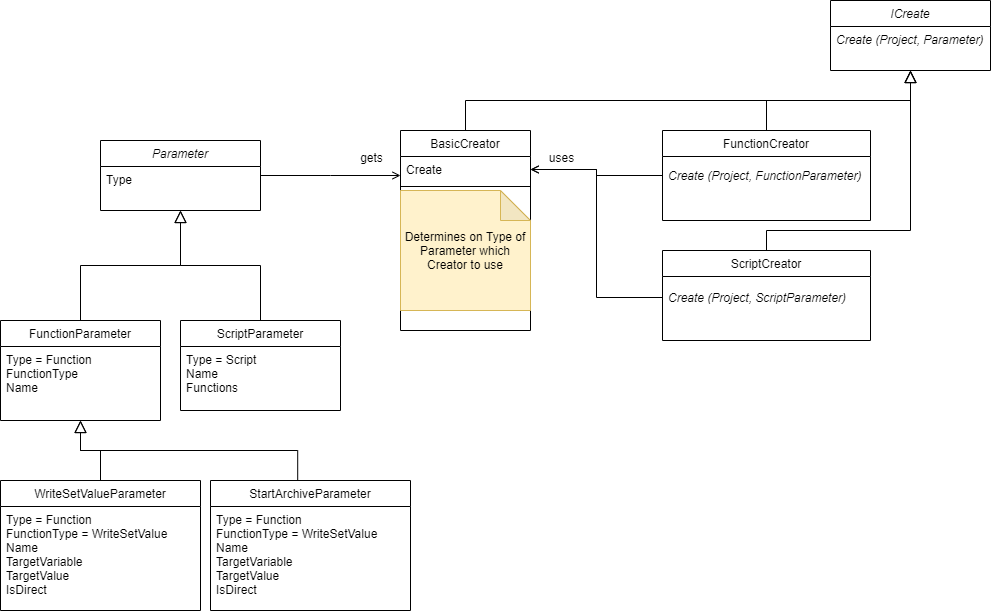
The draw.io diagram ClassDiagram.png in CFeitler/CreateZenonThings, before a commit. Source tidied: cells renumbered, new cells last; positions are measured from the earlier drawing's top-left corner, leaving out a move shared by most shapes. Source of this version:
```xml
<mxGraphModel>
  <root>
    <mxCell id="0" />
    <mxCell id="1" parent="0" />
    <mxCell id="2" value="Parameter" style="swimlane;fontStyle=2;align=center;verticalAlign=top;horizontal=1;startSize=26;rounded=0;shadow=0;strokeWidth=1;" parent="1" vertex="1">
      <mxGeometry x="100" y="140" width="160" height="70" as="geometry" />
    </mxCell>
    <mxCell id="3" value="Type" style="text;align=left;verticalAlign=top;spacingLeft=4;spacingRight=4;overflow=hidden;" parent="2" vertex="1">
      <mxGeometry y="26" width="160" height="26" as="geometry" />
    </mxCell>
    <mxCell id="4" value="ScriptParameter" style="swimlane;fontStyle=0;align=center;verticalAlign=top;horizontal=1;startSize=26;rounded=0;shadow=0;strokeWidth=1;" parent="1" vertex="1">
      <mxGeometry x="180" y="320" width="160" height="90" as="geometry" />
    </mxCell>
    <mxCell id="5" value="Type = Script&#10;Name&#10;Functions" style="text;align=left;verticalAlign=top;spacingLeft=4;spacingRight=4;overflow=hidden;" parent="4" vertex="1">
      <mxGeometry y="26" width="160" height="54" as="geometry" />
    </mxCell>
    <mxCell id="6" style="endArrow=block;endSize=10;endFill=0;shadow=0;strokeWidth=1;rounded=0;edgeStyle=elbowEdgeStyle;elbow=vertical;" parent="1" edge="1" source="4" target="2">
      <mxGeometry relative="1" as="geometry" />
    </mxCell>
    <mxCell id="7" value="FunctionParameter" style="swimlane;fontStyle=0;align=center;verticalAlign=top;horizontal=1;startSize=26;rounded=0;shadow=0;strokeWidth=1;" parent="1" vertex="1">
      <mxGeometry y="320" width="160" height="100" as="geometry" />
    </mxCell>
    <mxCell id="8" value="Type = Function&#10;FunctionType&#10;Name" style="text;align=left;verticalAlign=top;spacingLeft=4;spacingRight=4;overflow=hidden;" parent="7" vertex="1">
      <mxGeometry y="26" width="160" height="64" as="geometry" />
    </mxCell>
    <mxCell id="9" style="endArrow=block;endSize=10;endFill=0;shadow=0;strokeWidth=1;rounded=0;edgeStyle=elbowEdgeStyle;elbow=vertical;exitX=0.5;exitY=0;exitDx=0;exitDy=0;" parent="1" edge="1" source="7" target="2">
      <mxGeometry relative="1" as="geometry" />
    </mxCell>
    <mxCell id="10" value="BasicCreator" style="swimlane;fontStyle=0;align=center;verticalAlign=top;horizontal=1;startSize=26;rounded=0;shadow=0;strokeWidth=1;" parent="1" vertex="1">
      <mxGeometry x="400" y="130" width="130" height="200" as="geometry" />
    </mxCell>
    <mxCell id="11" value="Create" style="text;align=left;verticalAlign=top;spacingLeft=4;spacingRight=4;overflow=hidden;points=[[0,0.5],[1,0.5]];portConstraint=eastwest;rounded=0;shadow=0;html=0;" parent="10" vertex="1">
      <mxGeometry y="26" width="130" height="26" as="geometry" />
    </mxCell>
    <mxCell id="12" style="line;html=1;strokeWidth=1;align=left;verticalAlign=middle;spacingTop=-1;spacingLeft=3;spacingRight=3;labelPosition=right;" parent="10" vertex="1">
      <mxGeometry y="52" width="130" height="8" as="geometry" />
    </mxCell>
    <mxCell id="13" value="Determines on Type of Parameter which Creator to use" style="shape=note;whiteSpace=wrap;html=1;backgroundOutline=1;darkOpacity=0.05;fillColor=#fff2cc;strokeColor=#d6b656;" parent="10" vertex="1">
      <mxGeometry y="60" width="130" height="120" as="geometry" />
    </mxCell>
    <mxCell id="14" style="endArrow=open;shadow=0;strokeWidth=1;rounded=0;endFill=1;edgeStyle=elbowEdgeStyle;elbow=vertical;" parent="1" edge="1" source="2" target="10">
      <mxGeometry x="0.5" y="41" relative="1" as="geometry">
        <mxPoint x="-40" y="32" as="offset" />
      </mxGeometry>
    </mxCell>
    <mxCell id="15" value="gets" style="text;html=1;align=center;verticalAlign=middle;labelBackgroundColor=none;rounded=0;shadow=0;strokeWidth=1;fontSize=12;" parent="14" vertex="1">
      <mxGeometry x="0.5" y="49" relative="1" as="geometry">
        <mxPoint x="5" y="30" as="offset" />
      </mxGeometry>
    </mxCell>
    <mxCell id="16" value="WriteSetValueParameter" style="swimlane;fontStyle=0;align=center;verticalAlign=top;horizontal=1;startSize=26;rounded=0;shadow=0;strokeWidth=1;" parent="1" vertex="1">
      <mxGeometry y="480" width="200" height="130" as="geometry" />
    </mxCell>
    <mxCell id="17" value="Type = Function&#10;FunctionType = WriteSetValue&#10;Name&#10;TargetVariable&#10;TargetValue&#10;IsDirect" style="text;align=left;verticalAlign=top;spacingLeft=4;spacingRight=4;overflow=hidden;" parent="16" vertex="1">
      <mxGeometry y="26" width="200" height="104" as="geometry" />
    </mxCell>
    <mxCell id="18" value="StartArchiveParameter" style="swimlane;fontStyle=0;align=center;verticalAlign=top;horizontal=1;startSize=26;rounded=0;shadow=0;strokeWidth=1;" parent="1" vertex="1">
      <mxGeometry x="210" y="480" width="200" height="130" as="geometry" />
    </mxCell>
    <mxCell id="19" value="Type = Function&#10;FunctionType = WriteSetValue&#10;Name&#10;TargetVariable&#10;TargetValue&#10;IsDirect" style="text;align=left;verticalAlign=top;spacingLeft=4;spacingRight=4;overflow=hidden;" parent="18" vertex="1">
      <mxGeometry y="26" width="200" height="104" as="geometry" />
    </mxCell>
    <mxCell id="20" style="endArrow=block;endSize=10;endFill=0;shadow=0;strokeWidth=1;rounded=0;edgeStyle=elbowEdgeStyle;elbow=vertical;entryX=0.5;entryY=1;entryDx=0;entryDy=0;exitX=0.436;exitY=0.002;exitDx=0;exitDy=0;exitPerimeter=0;" parent="1" edge="1" source="18" target="7">
      <mxGeometry relative="1" as="geometry" />
    </mxCell>
    <mxCell id="21" style="endArrow=block;endSize=10;endFill=0;shadow=0;strokeWidth=1;rounded=0;edgeStyle=elbowEdgeStyle;elbow=vertical;entryX=0.5;entryY=1;entryDx=0;entryDy=0;exitX=0.5;exitY=0;exitDx=0;exitDy=0;" parent="1" edge="1" source="16" target="7">
      <mxGeometry relative="1" as="geometry" />
    </mxCell>
    <mxCell id="22" value="ICreate" style="swimlane;fontStyle=2;align=center;verticalAlign=top;horizontal=1;startSize=26;rounded=0;shadow=0;strokeWidth=1;" parent="1" vertex="1">
      <mxGeometry x="830" width="160" height="70" as="geometry" />
    </mxCell>
    <mxCell id="23" value="Create (Project, Parameter)" style="text;align=left;verticalAlign=top;spacingLeft=4;spacingRight=4;overflow=hidden;fontStyle=2;" parent="22" vertex="1">
      <mxGeometry y="26" width="160" height="26" as="geometry" />
    </mxCell>
    <mxCell id="24" value="FunctionCreator" style="swimlane;fontStyle=0;align=center;verticalAlign=top;horizontal=1;startSize=26;rounded=0;shadow=0;strokeWidth=1;" parent="1" vertex="1">
      <mxGeometry x="662" y="130" width="208" height="90" as="geometry" />
    </mxCell>
    <mxCell id="25" style="endArrow=block;endSize=10;endFill=0;shadow=0;strokeWidth=1;rounded=0;edgeStyle=elbowEdgeStyle;elbow=vertical;entryX=0.5;entryY=1;entryDx=0;entryDy=0;exitX=0.5;exitY=0;exitDx=0;exitDy=0;" parent="1" edge="1" source="24" target="22">
      <mxGeometry relative="1" as="geometry" />
    </mxCell>
    <mxCell id="26" value="ScriptCreator" style="swimlane;fontStyle=0;align=center;verticalAlign=top;horizontal=1;startSize=26;rounded=0;shadow=0;strokeWidth=1;" parent="1" vertex="1">
      <mxGeometry x="662" y="250" width="208" height="90" as="geometry" />
    </mxCell>
    <mxCell id="27" style="endArrow=open;shadow=0;strokeWidth=1;rounded=0;endFill=1;edgeStyle=elbowEdgeStyle;entryX=1;entryY=0.5;entryDx=0;entryDy=0;exitX=0;exitY=0.5;exitDx=0;exitDy=0;" parent="1" edge="1" source="24" target="11">
      <mxGeometry x="0.5" y="41" relative="1" as="geometry">
        <mxPoint x="-40" y="32" as="offset" />
      </mxGeometry>
    </mxCell>
    <mxCell id="28" style="endArrow=block;endSize=10;endFill=0;shadow=0;strokeWidth=1;rounded=0;edgeStyle=elbowEdgeStyle;elbow=vertical;exitX=0.5;exitY=0;exitDx=0;exitDy=0;entryX=0.5;entryY=1;entryDx=0;entryDy=0;" parent="1" edge="1" source="26" target="22">
      <mxGeometry relative="1" as="geometry">
        <Array as="points">
          <mxPoint x="840" y="230" />
        </Array>
      </mxGeometry>
    </mxCell>
    <mxCell id="29" style="endArrow=open;shadow=0;strokeWidth=1;rounded=0;endFill=1;edgeStyle=elbowEdgeStyle;entryX=1;entryY=0.5;entryDx=0;entryDy=0;exitX=0;exitY=0.5;exitDx=0;exitDy=0;" parent="1" edge="1" source="32" target="11">
      <mxGeometry x="0.5" y="41" relative="1" as="geometry">
        <mxPoint x="-40" y="32" as="offset" />
      </mxGeometry>
    </mxCell>
    <mxCell id="30" value="uses" style="text;html=1;align=center;verticalAlign=middle;labelBackgroundColor=none;rounded=0;shadow=0;strokeWidth=1;fontSize=12;" parent="29" vertex="1">
      <mxGeometry x="0.5" y="49" relative="1" as="geometry">
        <mxPoint x="-35" y="-62" as="offset" />
      </mxGeometry>
    </mxCell>
    <mxCell id="31" value="Create (Project, FunctionParameter)" style="text;align=left;verticalAlign=top;spacingLeft=4;spacingRight=4;overflow=hidden;fontStyle=2;" parent="1" vertex="1">
      <mxGeometry x="662" y="162" width="208" height="26" as="geometry" />
    </mxCell>
    <mxCell id="32" value="Create (Project, ScriptParameter)" style="text;align=left;verticalAlign=top;spacingLeft=4;spacingRight=4;overflow=hidden;points=[[0,0.5],[1,0.5]];portConstraint=eastwest;fontStyle=2;" parent="1" vertex="1">
      <mxGeometry x="662" y="284" width="198" height="26" as="geometry" />
    </mxCell>
    <mxCell id="33" style="endArrow=block;endSize=10;endFill=0;shadow=0;strokeWidth=1;rounded=0;edgeStyle=elbowEdgeStyle;elbow=vertical;exitX=0.5;exitY=0;exitDx=0;exitDy=0;entryX=0.5;entryY=1;entryDx=0;entryDy=0;" parent="1" edge="1" source="10" target="22">
      <mxGeometry relative="1" as="geometry" />
    </mxCell>
  </root>
</mxGraphModel>
```
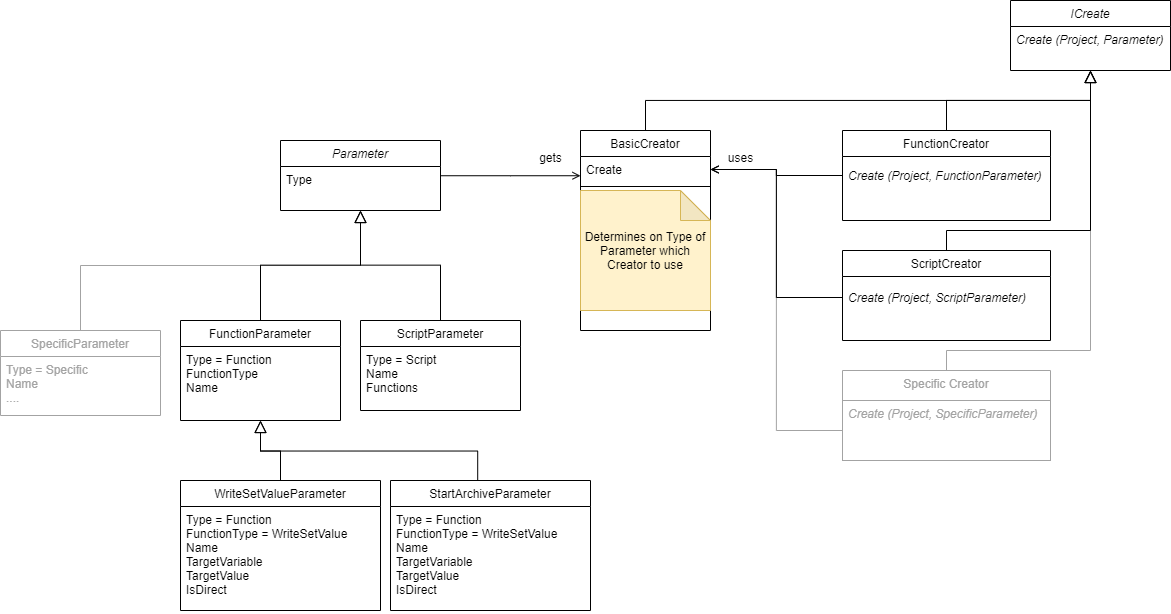
Later version of the same file.

Commit message:
- added equipment model creator - updated class diagram

Change to the diagram source:
```diff
@@ -2,6 +2,31 @@
   <root>
     <mxCell id="0" />
     <mxCell id="1" parent="0" />
+    <mxCell id="34" style="endArrow=block;endSize=10;endFill=0;shadow=0;strokeWidth=1;rounded=0;edgeStyle=elbowEdgeStyle;elbow=vertical;entryX=0.5;entryY=1;entryDx=0;entryDy=0;exitX=0.5;exitY=0;exitDx=0;exitDy=0;strokeColor=#A3A3A3;" parent="1" edge="1" source="38" target="22">
+      <mxGeometry relative="1" as="geometry">
+        <Array as="points">
+          <mxPoint x="810" y="350" />
+        </Array>
+      </mxGeometry>
+    </mxCell>
+    <mxCell id="35" style="endArrow=open;shadow=0;strokeWidth=1;rounded=0;endFill=1;edgeStyle=elbowEdgeStyle;exitX=0;exitY=0.5;exitDx=0;exitDy=0;entryX=1;entryY=0.5;entryDx=0;entryDy=0;strokeColor=#A3A3A3;" parent="1" edge="1" source="39" target="11">
+      <mxGeometry x="0.5" y="41" relative="1" as="geometry">
+        <mxPoint x="-40" y="32" as="offset" />
+      </mxGeometry>
+    </mxCell>
+    <mxCell id="36" value="uses" style="text;html=1;align=center;verticalAlign=middle;labelBackgroundColor=none;rounded=0;shadow=0;strokeWidth=1;fontSize=12;" parent="35" vertex="1">
+      <mxGeometry x="0.5" y="49" relative="1" as="geometry">
+        <mxPoint x="-35" y="-62" as="offset" />
+      </mxGeometry>
+    </mxCell>
+    <mxCell id="37" style="endArrow=block;endSize=10;endFill=0;shadow=0;strokeWidth=1;rounded=0;edgeStyle=elbowEdgeStyle;elbow=vertical;exitX=0.5;exitY=0;exitDx=0;exitDy=0;strokeColor=#A3A3A3;" parent="1" edge="1" source="40">
+      <mxGeometry relative="1" as="geometry">
+        <mxPoint x="180" y="210" as="targetPoint" />
+        <Array as="points">
+          <mxPoint x="44" y="265" />
+        </Array>
+      </mxGeometry>
+    </mxCell>
     <mxCell id="2" value="Parameter" style="swimlane;fontStyle=2;align=center;verticalAlign=top;horizontal=1;startSize=26;rounded=0;shadow=0;strokeWidth=1;" parent="1" vertex="1">
       <mxGeometry x="100" y="140" width="160" height="70" as="geometry" />
     </mxCell>
@@ -112,5 +137,17 @@
     <mxCell id="33" style="endArrow=block;endSize=10;endFill=0;shadow=0;strokeWidth=1;rounded=0;edgeStyle=elbowEdgeStyle;elbow=vertical;exitX=0.5;exitY=0;exitDx=0;exitDy=0;entryX=0.5;entryY=1;entryDx=0;entryDy=0;" parent="1" edge="1" source="10" target="22">
       <mxGeometry relative="1" as="geometry" />
     </mxCell>
+    <mxCell id="38" value="Specific Creator" style="swimlane;fontStyle=0;align=center;verticalAlign=top;horizontal=1;startSize=30;rounded=0;shadow=0;strokeWidth=1;strokeColor=#A3A3A3;fontColor=#A3A3A3;" parent="1" vertex="1">
+      <mxGeometry x="662" y="370" width="208" height="90" as="geometry" />
+    </mxCell>
+    <mxCell id="39" value="Create (Project, SpecificParameter)" style="text;align=left;verticalAlign=top;spacingLeft=4;spacingRight=4;overflow=hidden;points=[[0,0.5],[1,0.5]];portConstraint=eastwest;fontStyle=2;strokeColor=#A3A3A3;fontColor=#A3A3A3;" parent="38" vertex="1">
+      <mxGeometry y="30" width="208" height="60" as="geometry" />
+    </mxCell>
+    <mxCell id="40" value="SpecificParameter" style="swimlane;fontStyle=0;align=center;verticalAlign=top;horizontal=1;startSize=26;rounded=0;shadow=0;strokeWidth=1;strokeColor=#A3A3A3;fontColor=#A3A3A3;" parent="1" vertex="1">
+      <mxGeometry x="-180" y="330" width="160" height="85" as="geometry" />
+    </mxCell>
+    <mxCell id="41" value="Type = Specific&#10;Name&#10;...." style="text;align=left;verticalAlign=top;spacingLeft=4;spacingRight=4;overflow=hidden;fontColor=#A3A3A3;" parent="40" vertex="1">
+      <mxGeometry y="26" width="160" height="54" as="geometry" />
+    </mxCell>
   </root>
 </mxGraphModel>
```
